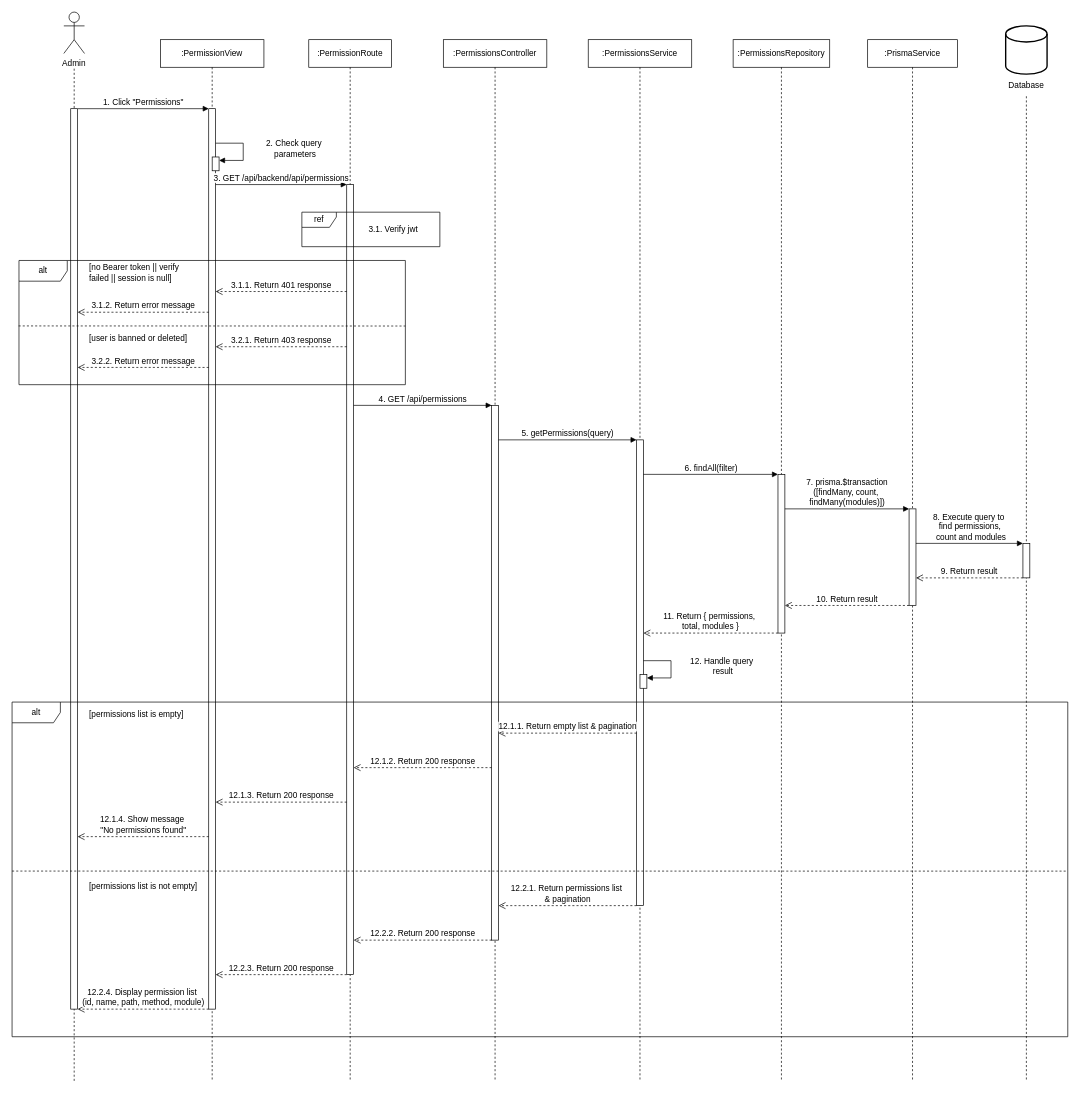
Thunggg/Frevia keeps this draw.io diagram as sequence-diagrams-remake/UC-15.01-view-permission-list.drawio. Above is the earlier version. Source tidied: cells renumbered, new cells numbered last; positions are measured from the earlier drawing's top-left corner, leaving out a move shared by most shapes. Both pictures are drawn from the tidied source at 69%, with x=0, y=0 at pixel (12, 12).
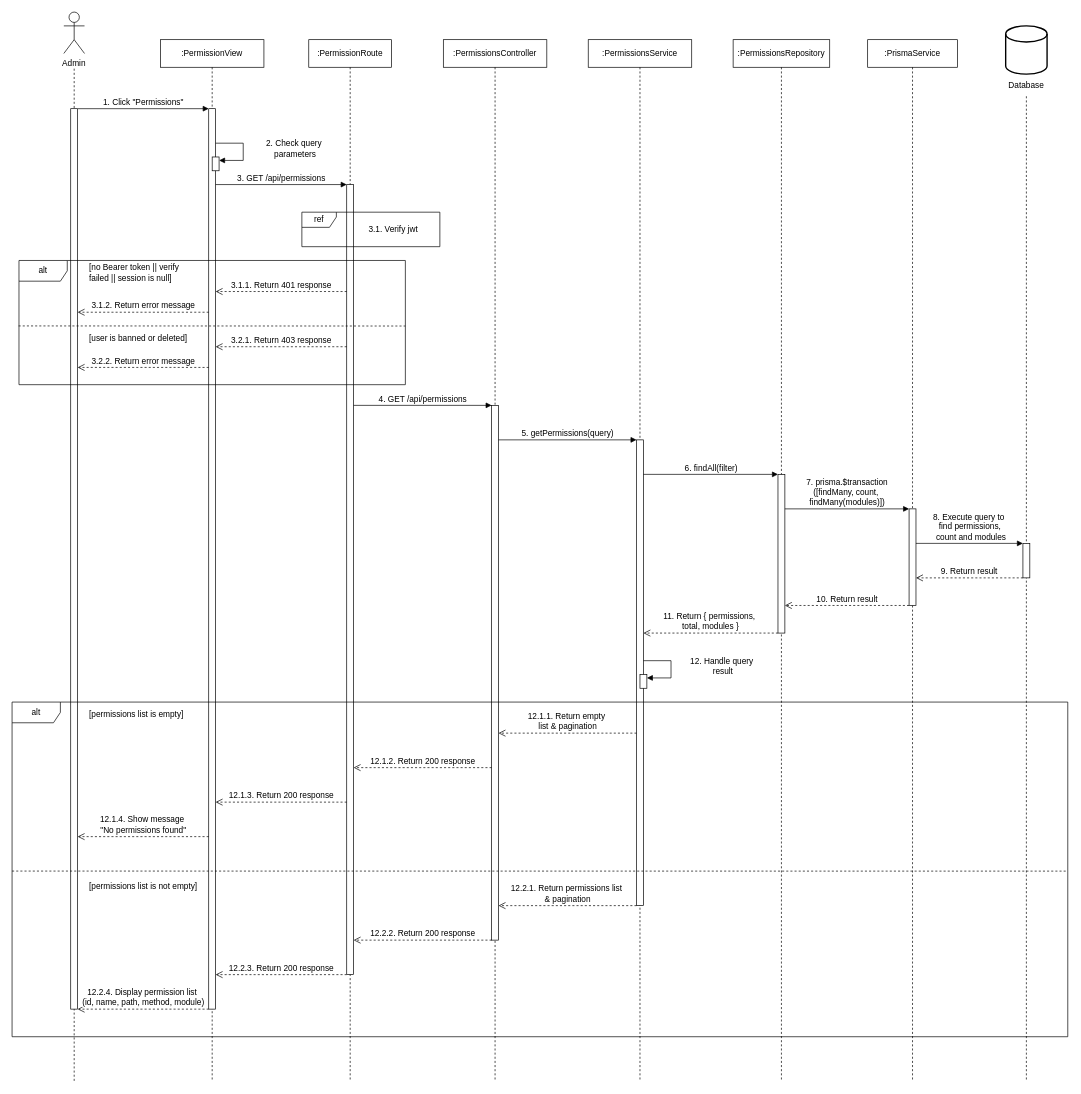
After the change.

Change to the diagram source:
```diff
@@
-    <mxCell id="24" value="3. GET /api/backend/api/permissions" style="html=1;verticalAlign=bottom;endArrow=block;curved=0;rounded=0;fontSize=12;" parent="1" edge="1">
+    <mxCell id="24" value="3. GET /api/permissions" style="html=1;verticalAlign=bottom;endArrow=block;curved=0;rounded=0;fontSize=12;" parent="1" edge="1">
       <mxGeometry relative="1" as="geometry">
         <mxPoint x="295" y="250" as="sourcePoint" />
         <mxPoint x="485" y="250" as="targetPoint" />
       </mxGeometry>
     </mxCell>
@@
-    <mxCell id="47" value="12.1.1. Return empty list &amp;amp; pagination" style="html=1;verticalAlign=bottom;endArrow=open;dashed=1;endSize=8;curved=0;rounded=0;fontSize=12;" parent="1" edge="1">
+    <mxCell id="47" value="12.1.1. Return empty&amp;nbsp;&lt;div&gt;list &amp;amp; pagination&lt;/div&gt;" style="html=1;verticalAlign=bottom;endArrow=open;dashed=1;endSize=8;curved=0;rounded=0;fontSize=12;" parent="1" edge="1">
       <mxGeometry relative="1" as="geometry">
         <mxPoint x="905" y="1045" as="sourcePoint" />
         <mxPoint x="705" y="1045" as="targetPoint" />
       </mxGeometry>
     </mxCell>
```
